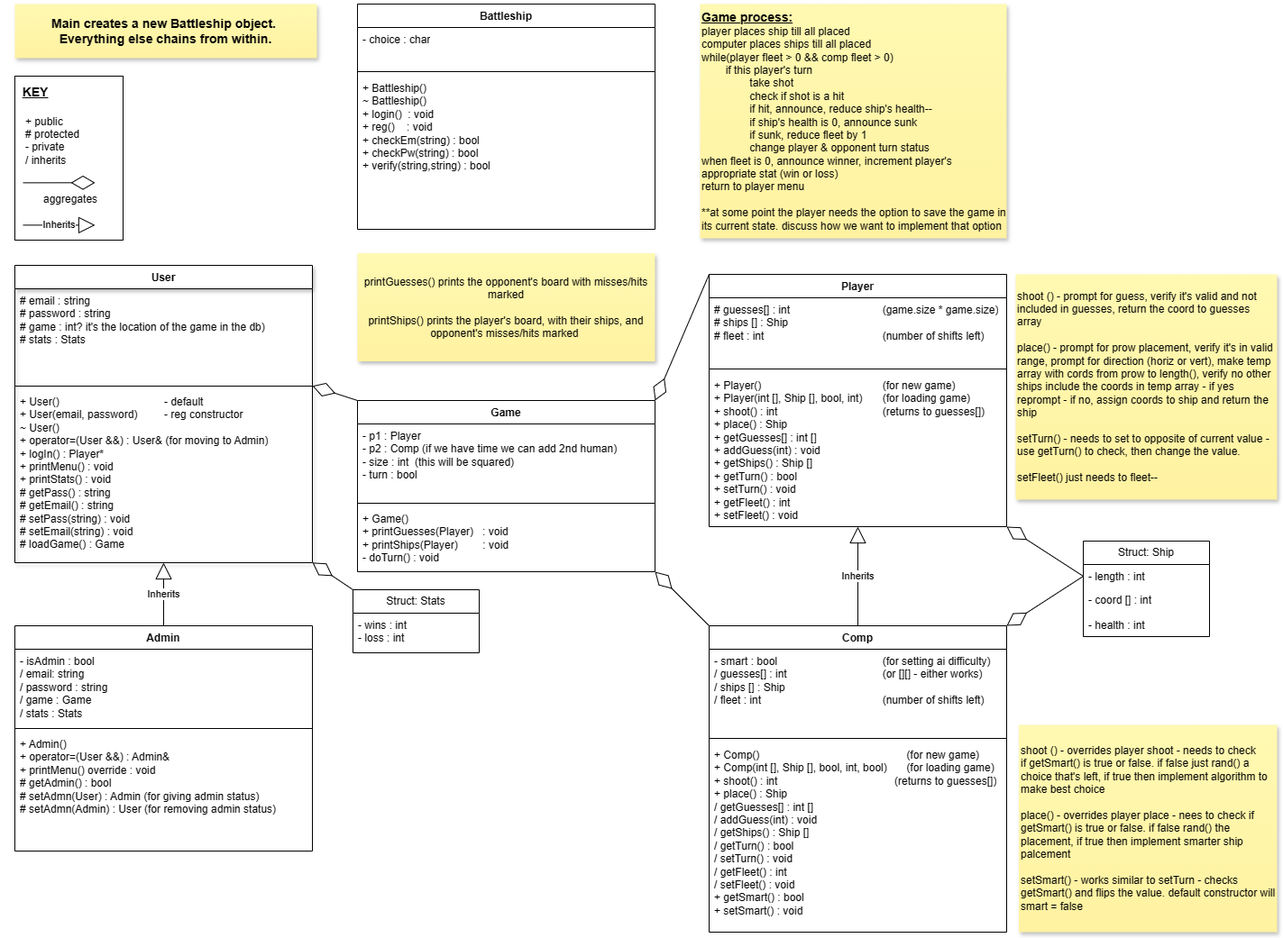
Earlier version of the draw.io export BattleshipClasses.drawio.png (StephaniePeacock/Battleship). Source tidied: cells renumbered, new cells last; positions are measured from the earlier drawing's top-left corner, leaving out a move shared by most shapes.
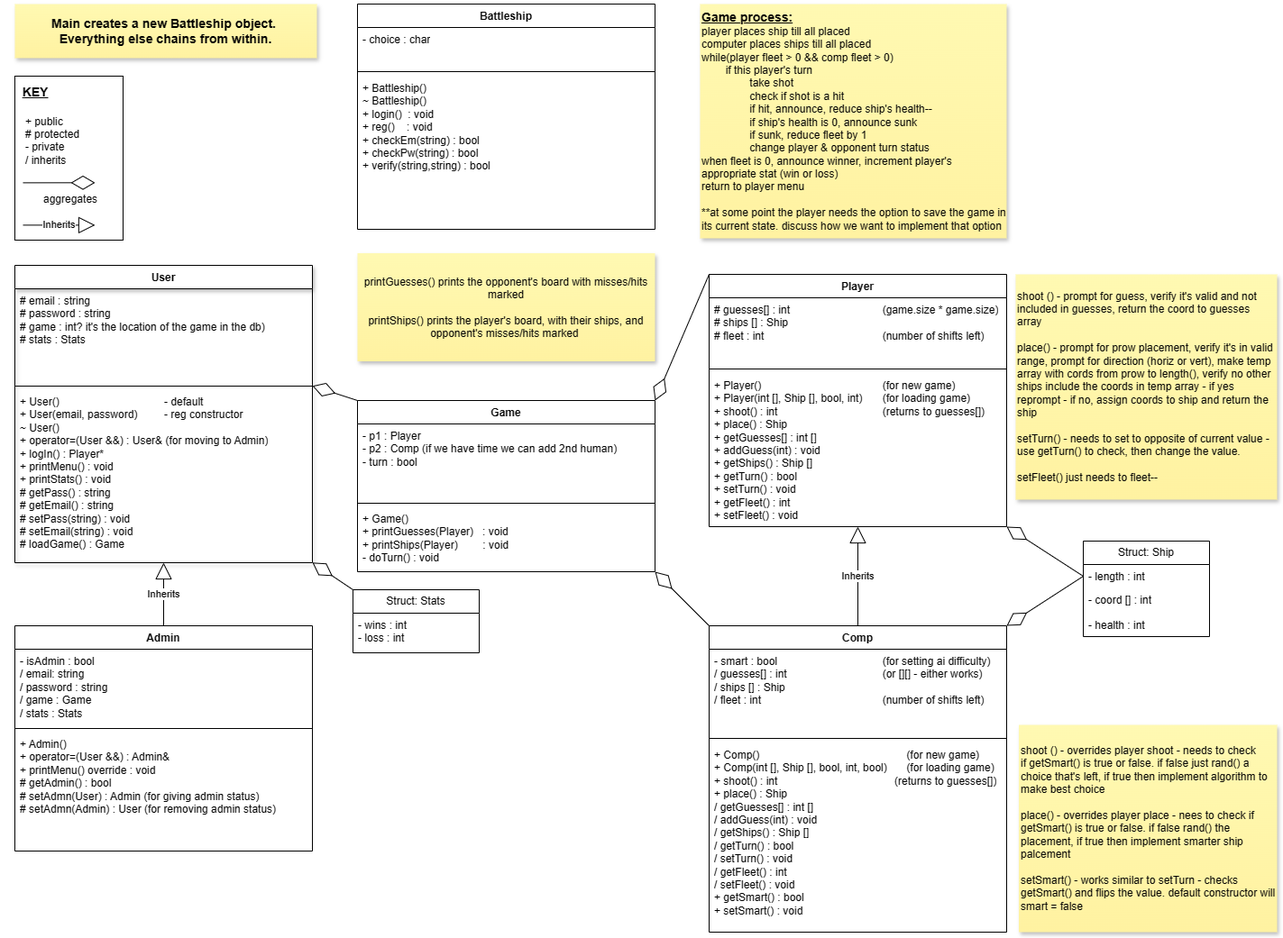
The same file after the commit.

Diff of the diagram source:
```diff
@@ -41,7 +41,7 @@
     <mxCell id="14" value="Game" style="swimlane;fontStyle=1;align=center;verticalAlign=top;horizontal=1;startSize=26;whiteSpace=wrap;html=1;" parent="1" vertex="1">
       <mxGeometry x="380" y="440" width="330" height="190" as="geometry" />
     </mxCell>
-    <mxCell id="15" value="&lt;span style=&quot;background-color: initial;&quot;&gt;- p1 : Player&lt;/span&gt;&lt;div&gt;&lt;span style=&quot;background-color: initial;&quot;&gt;- p2 : Comp (if we have time we can add 2nd human)&lt;/span&gt;&lt;/div&gt;&lt;div&gt;&lt;span style=&quot;background-color: initial;&quot;&gt;- size : int&amp;nbsp; (this will be squared)&lt;/span&gt;&lt;/div&gt;&lt;div&gt;- turn : bool&lt;/div&gt;" style="text;strokeColor=none;fillColor=none;align=left;verticalAlign=top;spacingLeft=4;spacingRight=4;overflow=hidden;whiteSpace=wrap;html=1;" parent="14" vertex="1">
+    <mxCell id="15" value="&lt;span style=&quot;background-color: initial;&quot;&gt;- p1 : Player&lt;/span&gt;&lt;div&gt;&lt;span style=&quot;background-color: initial;&quot;&gt;- p2 : Comp (if we have time we can add 2nd human)&lt;/span&gt;&lt;/div&gt;&lt;div&gt;- turn : bool&lt;/div&gt;" style="text;strokeColor=none;fillColor=none;align=left;verticalAlign=top;spacingLeft=4;spacingRight=4;overflow=hidden;whiteSpace=wrap;html=1;" parent="14" vertex="1">
       <mxGeometry y="26" width="330" height="84" as="geometry" />
     </mxCell>
     <mxCell id="16" style="line;strokeWidth=1;fillColor=none;align=left;verticalAlign=middle;spacingTop=-1;spacingLeft=3;spacingRight=3;labelPosition=right;strokeColor=inherit;" parent="14" vertex="1">
```
